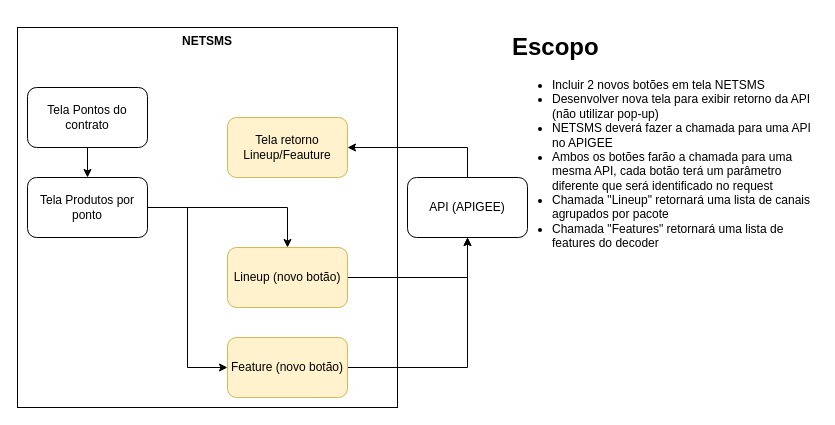
Above: Botão lineup.drawio in samirali/ClaroBrasil (draw.io), before the change. Source tidied: cells renumbered, new cells numbered last; positions are measured from the earlier drawing's top-left corner, leaving out a move shared by most shapes. Both pictures are drawn from the tidied source at 100%, with x=0, y=0 at pixel (17, 27).
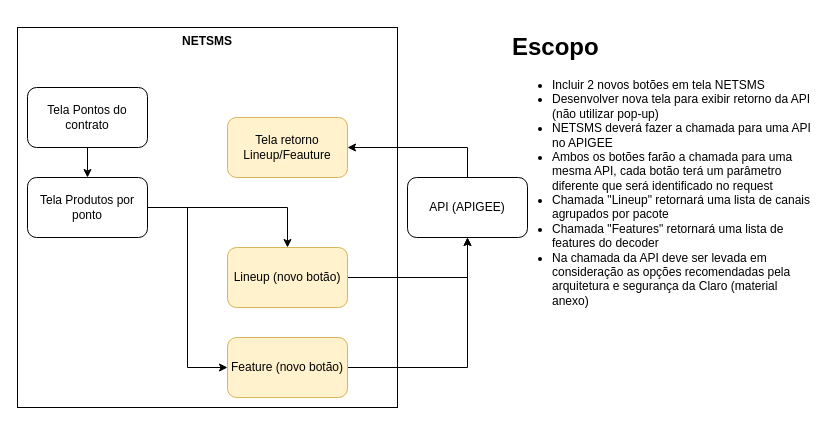
The same diagram, later.

Diff of the diagram source:
```diff
@@
 <mxGraphModel>
   <root>
     <mxCell id="0" />
     <mxCell id="1" parent="0" />
     <mxCell id="2" value="&lt;b&gt;NETSMS&lt;/b&gt;" style="whiteSpace=wrap;html=1;verticalAlign=top;" parent="1" vertex="1">
       <mxGeometry width="380" height="380" as="geometry" />
     </mxCell>
     <mxCell id="3" style="edgeStyle=orthogonalEdgeStyle;rounded=0;jettySize=auto;html=1;" parent="1" edge="1" source="4" target="9">
       <mxGeometry relative="1" as="geometry" />
     </mxCell>
     <mxCell id="4" value="Tela Pontos do contrato" style="rounded=1;whiteSpace=wrap;html=1;" parent="1" vertex="1">
       <mxGeometry x="10" y="60" width="120" height="60" as="geometry" />
     </mxCell>
     <mxCell id="5" style="edgeStyle=orthogonalEdgeStyle;rounded=0;jettySize=auto;html=1;entryX=1;entryY=0.5;entryDx=0;entryDy=0;exitX=0.5;exitY=0;exitDx=0;exitDy=0;" parent="1" edge="1" source="6" target="14">
       <mxGeometry relative="1" as="geometry">
         <Array as="points">
           <mxPoint x="450" y="120" />
         </Array>
       </mxGeometry>
     </mxCell>
     <mxCell id="6" value="API (APIGEE)" style="rounded=1;whiteSpace=wrap;html=1;" parent="1" vertex="1">
       <mxGeometry x="390" y="150" width="120" height="60" as="geometry" />
     </mxCell>
     <mxCell id="7" style="edgeStyle=orthogonalEdgeStyle;rounded=0;jettySize=auto;html=1;" parent="1" edge="1" source="9" target="11">
       <mxGeometry relative="1" as="geometry" />
     </mxCell>
     <mxCell id="8" style="edgeStyle=orthogonalEdgeStyle;rounded=0;jettySize=auto;html=1;entryX=0;entryY=0.5;entryDx=0;entryDy=0;" parent="1" edge="1" source="9" target="13">
       <mxGeometry relative="1" as="geometry" />
     </mxCell>
     <mxCell id="9" value="Tela Produtos por ponto" style="rounded=1;whiteSpace=wrap;html=1;" parent="1" vertex="1">
       <mxGeometry x="10" y="150" width="120" height="60" as="geometry" />
     </mxCell>
     <mxCell id="10" style="edgeStyle=orthogonalEdgeStyle;rounded=0;jettySize=auto;html=1;entryX=0.5;entryY=1;entryDx=0;entryDy=0;" parent="1" edge="1" source="11" target="6">
       <mxGeometry relative="1" as="geometry" />
     </mxCell>
     <mxCell id="11" value="Lineup (novo botão)" style="rounded=1;whiteSpace=wrap;html=1;fillColor=#fff2cc;strokeColor=#d6b656;" parent="1" vertex="1">
       <mxGeometry x="210" y="220" width="120" height="60" as="geometry" />
     </mxCell>
     <mxCell id="12" style="edgeStyle=orthogonalEdgeStyle;rounded=0;jettySize=auto;html=1;entryX=0.5;entryY=1;entryDx=0;entryDy=0;" parent="1" edge="1" source="13" target="6">
       <mxGeometry relative="1" as="geometry" />
     </mxCell>
     <mxCell id="13" value="Feature (novo botão)" style="rounded=1;whiteSpace=wrap;html=1;fillColor=#fff2cc;strokeColor=#d6b656;" parent="1" vertex="1">
       <mxGeometry x="210" y="310" width="120" height="60" as="geometry" />
     </mxCell>
     <mxCell id="14" value="Tela retorno Lineup/Feauture" style="rounded=1;whiteSpace=wrap;html=1;fillColor=#fff2cc;strokeColor=#d6b656;" parent="1" vertex="1">
       <mxGeometry x="210" y="90" width="120" height="60" as="geometry" />
     </mxCell>
-    <mxCell id="15" value="&lt;h1&gt;Escopo&lt;/h1&gt;&lt;p&gt;&lt;/p&gt;&lt;ul&gt;&lt;li&gt;Incluir 2 novos botões em tela NETSMS&lt;/li&gt;&lt;li&gt;Desenvolver nova tela para exibir retorno da API (não utilizar pop-up)&lt;/li&gt;&lt;li&gt;NETSMS deverá fazer a chamada para uma API no APIGEE&lt;/li&gt;&lt;li&gt;Ambos os botões farão a chamada para uma mesma API, cada botão terá um parâmetro diferente que será identificado no request&lt;/li&gt;&lt;li&gt;Chamada &quot;Lineup&quot; retornará uma lista de canais agrupados por pacote&lt;/li&gt;&lt;li&gt;Chamada &quot;Features&quot; retornará uma lista de features do decoder&lt;/li&gt;&lt;/ul&gt;&lt;p&gt;&lt;/p&gt;" style="text;html=1;strokeColor=none;fillColor=none;spacing=5;spacingTop=-20;whiteSpace=wrap;overflow=hidden;rounded=0;" parent="1" vertex="1">
+    <mxCell id="15" value="&lt;h1&gt;Escopo&lt;/h1&gt;&lt;p&gt;&lt;/p&gt;&lt;ul&gt;&lt;li&gt;Incluir 2 novos botões em tela NETSMS&lt;/li&gt;&lt;li&gt;Desenvolver nova tela para exibir retorno da API (não utilizar pop-up)&lt;/li&gt;&lt;li&gt;NETSMS deverá fazer a chamada para uma API no APIGEE&lt;/li&gt;&lt;li&gt;Ambos os botões farão a chamada para uma mesma API, cada botão terá um parâmetro diferente que será identificado no request&lt;/li&gt;&lt;li&gt;Chamada &quot;Lineup&quot; retornará uma lista de canais agrupados por pacote&lt;/li&gt;&lt;li&gt;Chamada &quot;Features&quot; retornará uma lista de features do decoder&lt;/li&gt;&lt;li&gt;Na chamada da API deve ser levada em consideração as opções recomendadas pela arquitetura e segurança da Claro (material anexo)&lt;/li&gt;&lt;/ul&gt;&lt;p&gt;&lt;/p&gt;" style="text;html=1;strokeColor=none;fillColor=none;spacing=5;spacingTop=-20;whiteSpace=wrap;overflow=hidden;rounded=0;" parent="1" vertex="1">
       <mxGeometry x="490" width="310" height="310" as="geometry" />
     </mxCell>
   </root>
 </mxGraphModel>
```
